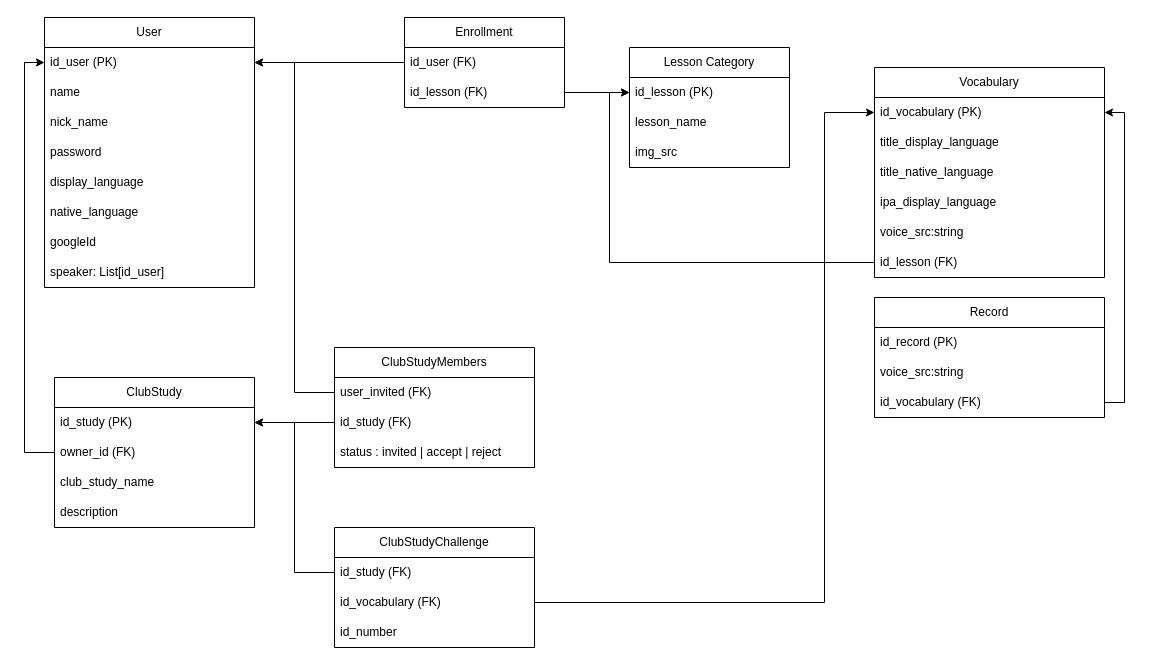
dudaji-vn/my-english-accent-webapp keeps this draw.io diagram as docs/db-scheme.dio. Above is the earlier version. Source tidied: cells renumbered, new cells numbered last; positions are measured from the earlier drawing's top-left corner, leaving out a move shared by most shapes. Both pictures are drawn from the tidied source at 100%, with x=0, y=0 at pixel (44, 17).
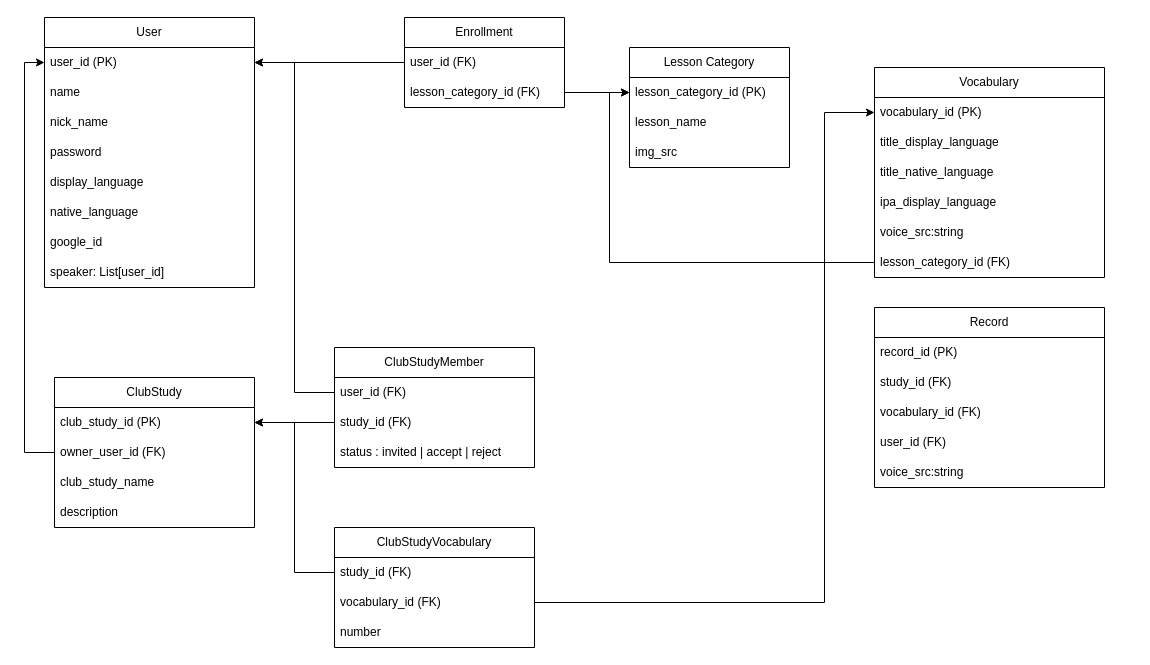
After the change.

Commit message:
Review from shhong

Unchanged cells that the change refers to:
```xml
<mxCell id="2" value="User&lt;br&gt;" style="swimlane;fontStyle=0;horizontal=1;startSize=30;whiteSpace=wrap;html=1;" parent="1" vertex="1">
  <mxGeometry width="210" height="270" as="geometry" />
</mxCell>
<mxCell id="11" value="Lesson Category" style="swimlane;fontStyle=0;horizontal=1;startSize=30;whiteSpace=wrap;html=1;" parent="1" vertex="1">
  <mxGeometry x="585" y="30" width="160" height="120" as="geometry" />
</mxCell>
<mxCell id="15" value="Vocabulary" style="swimlane;fontStyle=0;horizontal=1;startSize=30;whiteSpace=wrap;html=1;" parent="1" vertex="1">
  <mxGeometry x="830" y="50" width="230" height="210" as="geometry" />
</mxCell>
<mxCell id="22" value="Enrollment" style="swimlane;fontStyle=0;horizontal=1;startSize=30;whiteSpace=wrap;html=1;" parent="1" vertex="1">
  <mxGeometry x="360" width="160" height="90" as="geometry" />
</mxCell>
<mxCell id="30" value="ClubStudy" style="swimlane;fontStyle=0;horizontal=1;startSize=30;whiteSpace=wrap;html=1;" parent="1" vertex="1">
  <mxGeometry x="10" y="360" width="200" height="150" as="geometry" />
</mxCell>
```

Change to the diagram source:
```diff
@@
-    <mxCell id="3" value="id_user (PK)" style="text;strokeColor=none;fillColor=none;align=left;verticalAlign=middle;spacingLeft=4;spacingRight=4;overflow=hidden;points=[[0,0.5],[1,0.5]];portConstraint=eastwest;whiteSpace=wrap;html=1;fontStyle=0;" parent="2" vertex="1">
+    <mxCell id="3" value="user_id (PK)" style="text;strokeColor=none;fillColor=none;align=left;verticalAlign=middle;spacingLeft=4;spacingRight=4;overflow=hidden;points=[[0,0.5],[1,0.5]];portConstraint=eastwest;whiteSpace=wrap;html=1;fontStyle=0;" parent="2" vertex="1">
       <mxGeometry y="30" width="210" height="30" as="geometry" />
     </mxCell>
@@
-    <mxCell id="9" value="googleId" style="text;strokeColor=none;fillColor=none;align=left;verticalAlign=middle;spacingLeft=4;spacingRight=4;overflow=hidden;whiteSpace=wrap;html=1;" parent="2" vertex="1">
+    <mxCell id="9" value="google_id" style="text;strokeColor=none;fillColor=none;align=left;verticalAlign=middle;spacingLeft=4;spacingRight=4;overflow=hidden;whiteSpace=wrap;html=1;" parent="2" vertex="1">
       <mxGeometry y="210" width="210" height="30" as="geometry" />
     </mxCell>
-    <mxCell id="10" value="speaker: List[id_user]" style="text;strokeColor=none;fillColor=none;align=left;verticalAlign=middle;spacingLeft=4;spacingRight=4;overflow=hidden;whiteSpace=wrap;html=1;" parent="2" vertex="1">
+    <mxCell id="10" value="speaker: List[user_id]" style="text;strokeColor=none;fillColor=none;align=left;verticalAlign=middle;spacingLeft=4;spacingRight=4;overflow=hidden;whiteSpace=wrap;html=1;" parent="2" vertex="1">
       <mxGeometry y="240" width="210" height="30" as="geometry" />
     </mxCell>
@@
-    <mxCell id="12" value="id_lesson (PK)" style="text;strokeColor=none;fillColor=none;align=left;verticalAlign=middle;spacingLeft=4;spacingRight=4;overflow=hidden;points=[[0,0.5],[1,0.5]];portConstraint=eastwest;whiteSpace=wrap;html=1;" parent="11" vertex="1">
+    <mxCell id="12" value="lesson_category_id (PK)" style="text;strokeColor=none;fillColor=none;align=left;verticalAlign=middle;spacingLeft=4;spacingRight=4;overflow=hidden;points=[[0,0.5],[1,0.5]];portConstraint=eastwest;whiteSpace=wrap;html=1;" parent="11" vertex="1">
       <mxGeometry y="30" width="160" height="30" as="geometry" />
     </mxCell>
@@
-    <mxCell id="16" value="id_vocabulary (PK)" style="text;strokeColor=none;fillColor=none;align=left;verticalAlign=middle;spacingLeft=4;spacingRight=4;overflow=hidden;points=[[0,0.5],[1,0.5]];portConstraint=eastwest;whiteSpace=wrap;html=1;" parent="15" vertex="1">
+    <mxCell id="16" value="vocabulary_id&amp;nbsp;(PK)" style="text;strokeColor=none;fillColor=none;align=left;verticalAlign=middle;spacingLeft=4;spacingRight=4;overflow=hidden;points=[[0,0.5],[1,0.5]];portConstraint=eastwest;whiteSpace=wrap;html=1;" parent="15" vertex="1">
       <mxGeometry y="30" width="230" height="30" as="geometry" />
     </mxCell>
@@
-    <mxCell id="21" value="id_lesson (FK)" style="text;strokeColor=none;fillColor=none;align=left;verticalAlign=middle;spacingLeft=4;spacingRight=4;overflow=hidden;points=[[0,0.5],[1,0.5]];portConstraint=eastwest;whiteSpace=wrap;html=1;" parent="15" vertex="1">
+    <mxCell id="21" value="lesson_category_id (FK)" style="text;strokeColor=none;fillColor=none;align=left;verticalAlign=middle;spacingLeft=4;spacingRight=4;overflow=hidden;points=[[0,0.5],[1,0.5]];portConstraint=eastwest;whiteSpace=wrap;html=1;" parent="15" vertex="1">
       <mxGeometry y="180" width="230" height="30" as="geometry" />
     </mxCell>
@@
-    <mxCell id="23" value="id_user (FK)" style="text;strokeColor=none;fillColor=none;align=left;verticalAlign=middle;spacingLeft=4;spacingRight=4;overflow=hidden;points=[[0,0.5],[1,0.5]];portConstraint=eastwest;whiteSpace=wrap;html=1;" parent="22" vertex="1">
+    <mxCell id="23" value="user_id (FK)" style="text;strokeColor=none;fillColor=none;align=left;verticalAlign=middle;spacingLeft=4;spacingRight=4;overflow=hidden;points=[[0,0.5],[1,0.5]];portConstraint=eastwest;whiteSpace=wrap;html=1;" parent="22" vertex="1">
       <mxGeometry y="30" width="160" height="30" as="geometry" />
     </mxCell>
-    <mxCell id="24" value="id_lesson (FK)" style="text;strokeColor=none;fillColor=none;align=left;verticalAlign=middle;spacingLeft=4;spacingRight=4;overflow=hidden;points=[[0,0.5],[1,0.5]];portConstraint=eastwest;whiteSpace=wrap;html=1;" parent="22" vertex="1">
+    <mxCell id="24" value="lesson_category_id (FK)" style="text;strokeColor=none;fillColor=none;align=left;verticalAlign=middle;spacingLeft=4;spacingRight=4;overflow=hidden;points=[[0,0.5],[1,0.5]];portConstraint=eastwest;whiteSpace=wrap;html=1;" parent="22" vertex="1">
       <mxGeometry y="60" width="160" height="30" as="geometry" />
     </mxCell>
-    <mxCell id="25" value="Record" style="swimlane;fontStyle=0;horizontal=1;startSize=30;whiteSpace=wrap;html=1;" parent="1" vertex="1">
-      <mxGeometry x="830" y="280" width="230" height="120" as="geometry" />
-    </mxCell>
-    <mxCell id="26" value="id_record (PK)" style="text;strokeColor=none;fillColor=none;align=left;verticalAlign=middle;spacingLeft=4;spacingRight=4;overflow=hidden;whiteSpace=wrap;html=1;" parent="25" vertex="1">
-      <mxGeometry y="30" width="230" height="30" as="geometry" />
-    </mxCell>
-    <mxCell id="27" value="voice_src:string" style="text;strokeColor=none;fillColor=none;align=left;verticalAlign=middle;spacingLeft=4;spacingRight=4;overflow=hidden;whiteSpace=wrap;html=1;" parent="25" vertex="1">
-      <mxGeometry y="60" width="230" height="30" as="geometry" />
-    </mxCell>
-    <mxCell id="28" value="id_vocabulary (FK)" style="text;strokeColor=none;fillColor=none;align=left;verticalAlign=middle;spacingLeft=4;spacingRight=4;overflow=hidden;points=[[0,0.5],[1,0.5]];portConstraint=eastwest;whiteSpace=wrap;html=1;" parent="25" vertex="1">
-      <mxGeometry y="90" width="230" height="30" as="geometry" />
-    </mxCell>
-    <mxCell id="29" style="edgeStyle=orthogonalEdgeStyle;rounded=0;jettySize=auto;html=1;exitX=1;exitY=0.5;exitDx=0;exitDy=0;" parent="1" edge="1" source="28" target="16">
-      <mxGeometry relative="1" as="geometry" />
-    </mxCell>
@@
-    <mxCell id="31" value="id_study (PK)" style="text;strokeColor=none;fillColor=none;align=left;verticalAlign=middle;spacingLeft=4;spacingRight=4;overflow=hidden;points=[[0,0.5],[1,0.5]];portConstraint=eastwest;whiteSpace=wrap;html=1;" parent="30" vertex="1">
+    <mxCell id="31" value="club_study_id&amp;nbsp;(PK)" style="text;strokeColor=none;fillColor=none;align=left;verticalAlign=middle;spacingLeft=4;spacingRight=4;overflow=hidden;points=[[0,0.5],[1,0.5]];portConstraint=eastwest;whiteSpace=wrap;html=1;" parent="30" vertex="1">
       <mxGeometry y="30" width="200" height="30" as="geometry" />
     </mxCell>
-    <mxCell id="32" value="owner_id (FK)" style="text;strokeColor=none;fillColor=none;align=left;verticalAlign=middle;spacingLeft=4;spacingRight=4;overflow=hidden;points=[[0,0.5],[1,0.5]];portConstraint=eastwest;whiteSpace=wrap;html=1;" parent="30" vertex="1">
+    <mxCell id="32" value="owner_user_id (FK)" style="text;strokeColor=none;fillColor=none;align=left;verticalAlign=middle;spacingLeft=4;spacingRight=4;overflow=hidden;points=[[0,0.5],[1,0.5]];portConstraint=eastwest;whiteSpace=wrap;html=1;" parent="30" vertex="1">
       <mxGeometry y="60" width="200" height="30" as="geometry" />
     </mxCell>
@@
-    <mxCell id="36" value="ClubStudyMembers" style="swimlane;fontStyle=0;horizontal=1;startSize=30;whiteSpace=wrap;html=1;" parent="1" vertex="1">
+    <mxCell id="36" value="ClubStudyMember" style="swimlane;fontStyle=0;horizontal=1;startSize=30;whiteSpace=wrap;html=1;" parent="1" vertex="1">
       <mxGeometry x="290" y="330" width="200" height="120" as="geometry" />
     </mxCell>
-    <mxCell id="37" value="user_invited (FK)" style="text;strokeColor=none;fillColor=none;align=left;verticalAlign=middle;spacingLeft=4;spacingRight=4;overflow=hidden;points=[[0,0.5],[1,0.5]];portConstraint=eastwest;whiteSpace=wrap;html=1;" parent="36" vertex="1">
+    <mxCell id="37" value="user_id (FK)" style="text;strokeColor=none;fillColor=none;align=left;verticalAlign=middle;spacingLeft=4;spacingRight=4;overflow=hidden;points=[[0,0.5],[1,0.5]];portConstraint=eastwest;whiteSpace=wrap;html=1;" parent="36" vertex="1">
       <mxGeometry y="30" width="200" height="30" as="geometry" />
     </mxCell>
-    <mxCell id="38" value="id_study (FK)" style="text;strokeColor=none;fillColor=none;align=left;verticalAlign=middle;spacingLeft=4;spacingRight=4;overflow=hidden;points=[[0,0.5],[1,0.5]];portConstraint=eastwest;whiteSpace=wrap;html=1;" parent="36" vertex="1">
+    <mxCell id="38" value="study_id (FK)" style="text;strokeColor=none;fillColor=none;align=left;verticalAlign=middle;spacingLeft=4;spacingRight=4;overflow=hidden;points=[[0,0.5],[1,0.5]];portConstraint=eastwest;whiteSpace=wrap;html=1;" parent="36" vertex="1">
       <mxGeometry y="60" width="200" height="30" as="geometry" />
     </mxCell>
@@
-    <mxCell id="40" value="ClubStudyChallenge" style="swimlane;fontStyle=0;horizontal=1;startSize=30;whiteSpace=wrap;html=1;" parent="1" vertex="1">
+    <mxCell id="40" value="ClubStudyVocabulary" style="swimlane;fontStyle=0;horizontal=1;startSize=30;whiteSpace=wrap;html=1;" parent="1" vertex="1">
       <mxGeometry x="290" y="510" width="200" height="120" as="geometry" />
     </mxCell>
-    <mxCell id="41" value="id_study (FK)" style="text;strokeColor=none;fillColor=none;align=left;verticalAlign=middle;spacingLeft=4;spacingRight=4;overflow=hidden;points=[[0,0.5],[1,0.5]];portConstraint=eastwest;whiteSpace=wrap;html=1;" parent="40" vertex="1">
+    <mxCell id="41" value="study_id (FK)" style="text;strokeColor=none;fillColor=none;align=left;verticalAlign=middle;spacingLeft=4;spacingRight=4;overflow=hidden;points=[[0,0.5],[1,0.5]];portConstraint=eastwest;whiteSpace=wrap;html=1;" parent="40" vertex="1">
       <mxGeometry y="30" width="200" height="30" as="geometry" />
     </mxCell>
-    <mxCell id="42" value="id_vocabulary (FK)" style="text;strokeColor=none;fillColor=none;align=left;verticalAlign=middle;spacingLeft=4;spacingRight=4;overflow=hidden;points=[[0,0.5],[1,0.5]];portConstraint=eastwest;whiteSpace=wrap;html=1;" parent="40" vertex="1">
+    <mxCell id="42" value="vocabulary_id (FK)" style="text;strokeColor=none;fillColor=none;align=left;verticalAlign=middle;spacingLeft=4;spacingRight=4;overflow=hidden;points=[[0,0.5],[1,0.5]];portConstraint=eastwest;whiteSpace=wrap;html=1;" parent="40" vertex="1">
       <mxGeometry y="60" width="200" height="30" as="geometry" />
     </mxCell>
-    <mxCell id="43" value="id_number" style="text;strokeColor=none;fillColor=none;align=left;verticalAlign=middle;spacingLeft=4;spacingRight=4;overflow=hidden;whiteSpace=wrap;html=1;" parent="40" vertex="1">
+    <mxCell id="43" value="number" style="text;strokeColor=none;fillColor=none;align=left;verticalAlign=middle;spacingLeft=4;spacingRight=4;overflow=hidden;whiteSpace=wrap;html=1;" parent="40" vertex="1">
       <mxGeometry y="90" width="200" height="30" as="geometry" />
     </mxCell>
@@
+    <mxCell id="25" value="Record" style="swimlane;fontStyle=0;horizontal=1;startSize=30;whiteSpace=wrap;html=1;" parent="1" vertex="1">
+      <mxGeometry x="830" y="290" width="230" height="180" as="geometry" />
+    </mxCell>
+    <mxCell id="51" value="record_id (PK)" style="text;strokeColor=none;fillColor=none;align=left;verticalAlign=middle;spacingLeft=4;spacingRight=4;overflow=hidden;whiteSpace=wrap;html=1;" parent="25" vertex="1">
+      <mxGeometry y="30" width="230" height="30" as="geometry" />
+    </mxCell>
+    <mxCell id="52" value="study_id (FK)" style="text;strokeColor=none;fillColor=none;align=left;verticalAlign=middle;spacingLeft=4;spacingRight=4;overflow=hidden;whiteSpace=wrap;html=1;" parent="25" vertex="1">
+      <mxGeometry y="60" width="230" height="30" as="geometry" />
+    </mxCell>
+    <mxCell id="53" value="vocabulary_id&amp;nbsp;(FK)" style="text;strokeColor=none;fillColor=none;align=left;verticalAlign=middle;spacingLeft=4;spacingRight=4;overflow=hidden;whiteSpace=wrap;html=1;" parent="25" vertex="1">
+      <mxGeometry y="90" width="230" height="30" as="geometry" />
+    </mxCell>
+    <mxCell id="54" value="user_id (FK)" style="text;strokeColor=none;fillColor=none;align=left;verticalAlign=middle;spacingLeft=4;spacingRight=4;overflow=hidden;whiteSpace=wrap;html=1;" parent="25" vertex="1">
+      <mxGeometry y="120" width="230" height="30" as="geometry" />
+    </mxCell>
+    <mxCell id="27" value="voice_src:string" style="text;strokeColor=none;fillColor=none;align=left;verticalAlign=middle;spacingLeft=4;spacingRight=4;overflow=hidden;whiteSpace=wrap;html=1;" parent="25" vertex="1">
+      <mxGeometry y="150" width="230" height="30" as="geometry" />
+    </mxCell>
```
